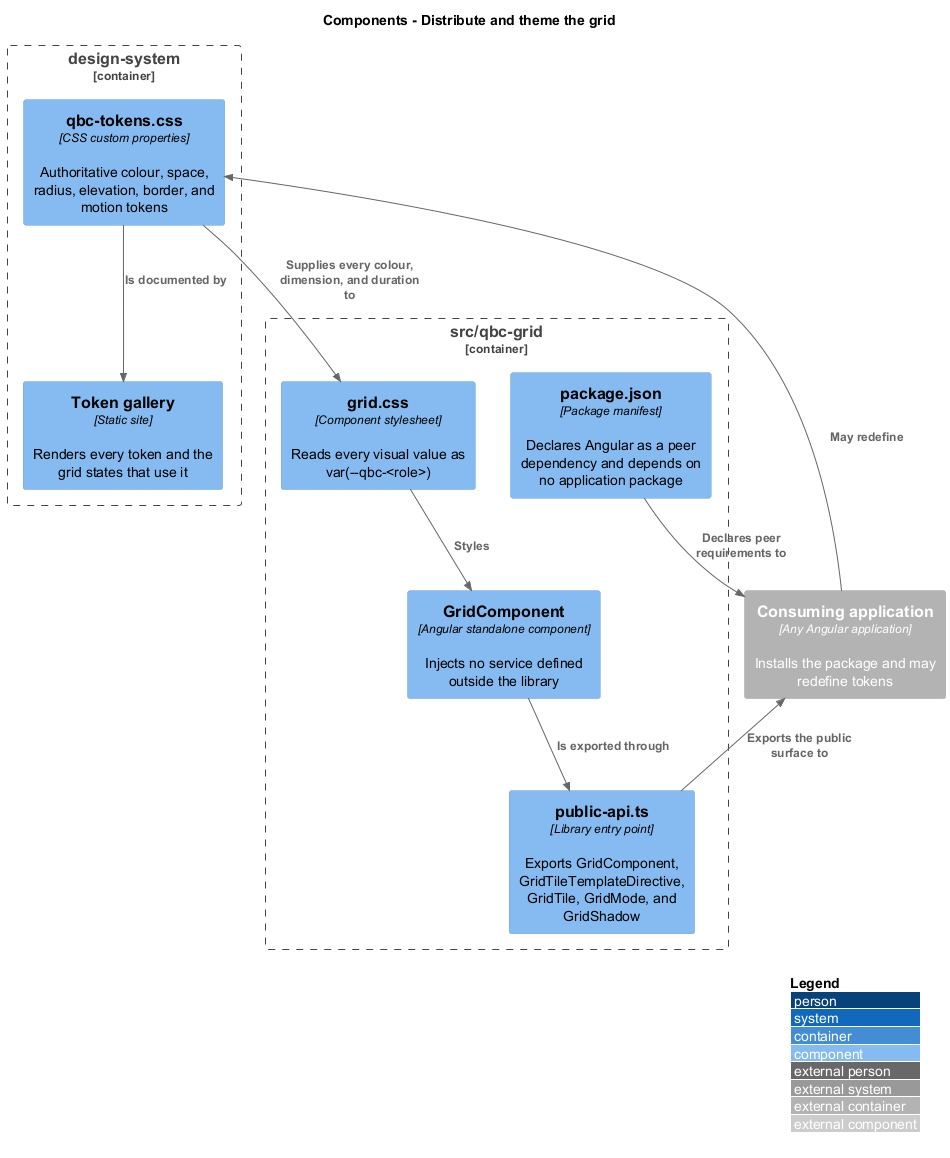
This is docs/detailed-designs/library-delivery/theme-the-grid/diagrams/c4-component.png from QuinntyneBrown/qbc-grid, a PlantUML export, as it was before one commit.
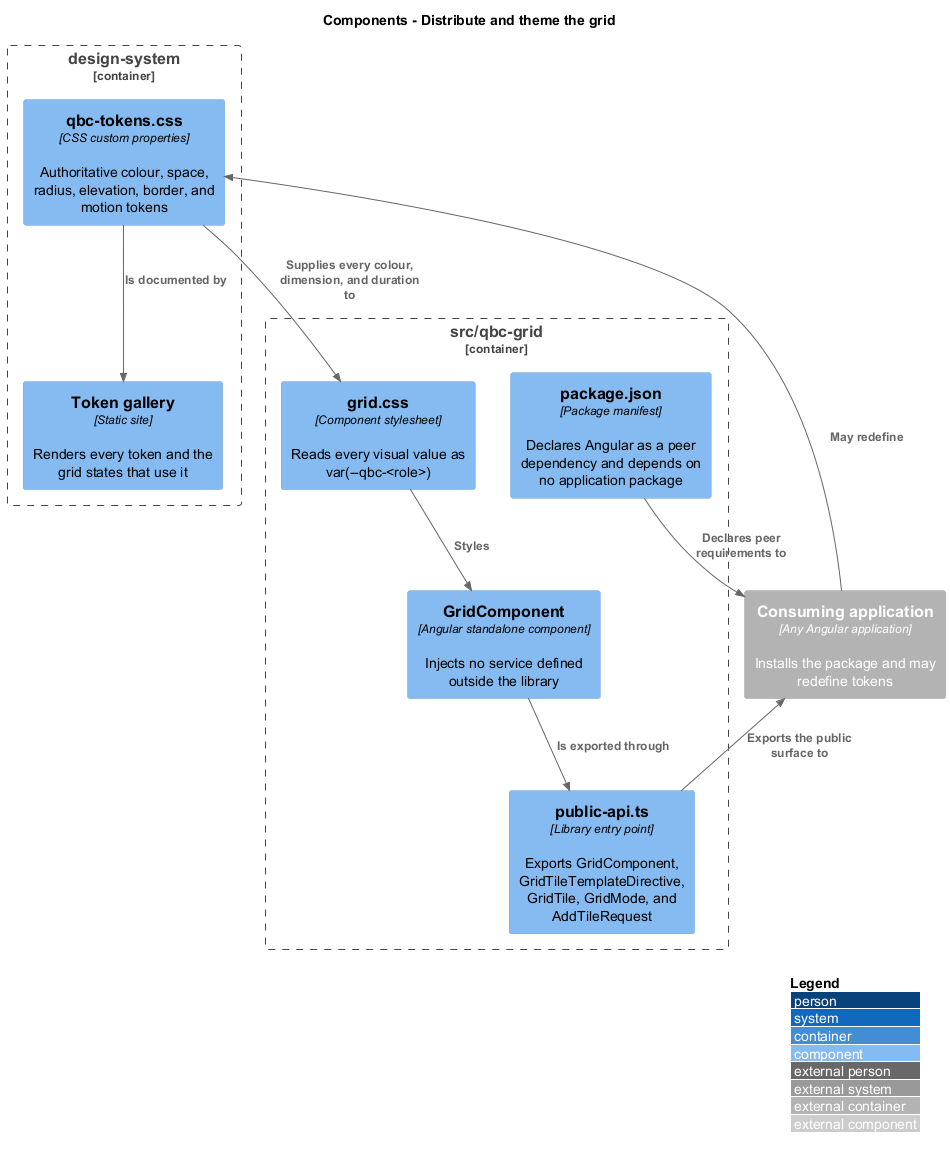
After the commit.

Commit message:
specs: give every criterion an ordinal of its own, and let two diagrams agree

Change to the diagram source:
```diff
@@ -9,7 +9,7 @@
 }
 
 Container_Boundary(components, "src/qbc-grid") {
-  Component(entry, "public-api.ts", "Library entry point", "Exports GridComponent, GridTileTemplateDirective, GridTile, GridMode, and GridShadow")
+  Component(entry, "public-api.ts", "Library entry point", "Exports GridComponent, GridTileTemplateDirective, GridTile, GridMode, and AddTileRequest")
   Component(grid, "GridComponent", "Angular standalone component", "Injects no service defined outside the library")
   Component(styles, "grid.css", "Component stylesheet", "Reads every visual value as var(--qbc-<role>)")
   Component(pkg, "package.json", "Package manifest", "Declares Angular as a peer dependency and depends on no application package")
```
